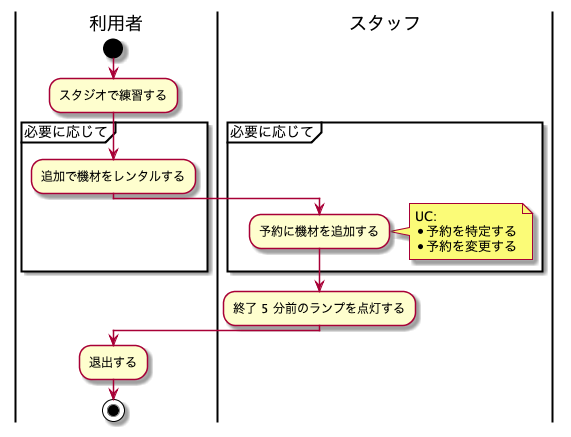
The PlantUML diagram modeling/BusinessFlow_スタジオ利用_スタジオ利用/BusinessFlow.png in TakashiOnawa/ddd-practice-studio-reservation, before a commit. Source of this version:
```plantuml
@startuml BusinessFlow

|利用者|
start
:スタジオで練習する;

partition 必要に応じて {
    :追加で機材をレンタルする;

    |スタッフ|
    :予約に機材を追加する;
    note right
    UC:
    * 予約を特定する
    * 予約を変更する
    end note
}

:終了 5 分前のランプを点灯する;

|利用者|
:退出する;

stop

@enduml
```
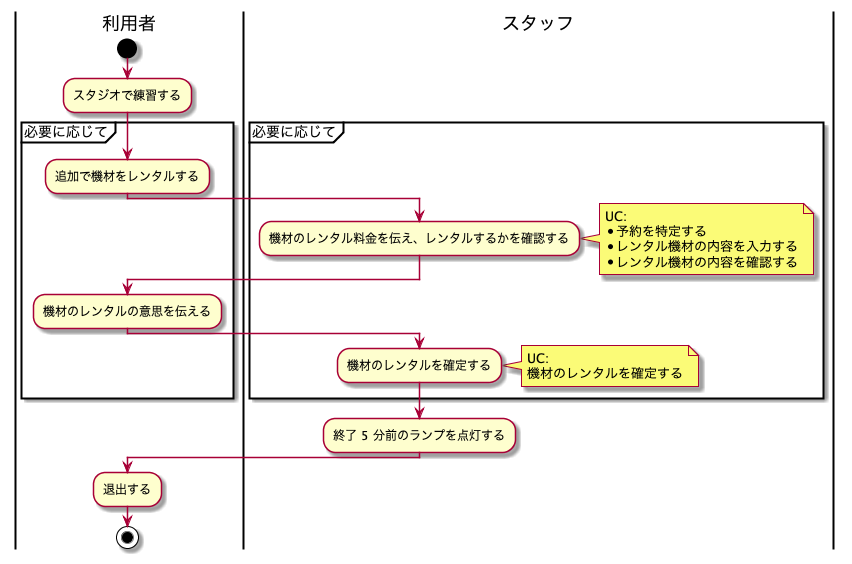
The same diagram one commit later.

The edit, as a diff of the source:
```diff
@@ -8,11 +8,22 @@
     :追加で機材をレンタルする;
 
     |スタッフ|
-    :予約に機材を追加する;
+    :機材のレンタル料金を伝え、レンタルするかを確認する;
     note right
     UC:
     * 予約を特定する
-    * 予約を変更する
+    * レンタル機材の内容を入力する
+    * レンタル機材の内容を確認する
+    end note
+
+    |利用者|
+    :機材のレンタルの意思を伝える;
+
+    |スタッフ|
+    :機材のレンタルを確定する;
+    note right
+    UC:
+    機材のレンタルを確定する
     end note
 }
 
```
